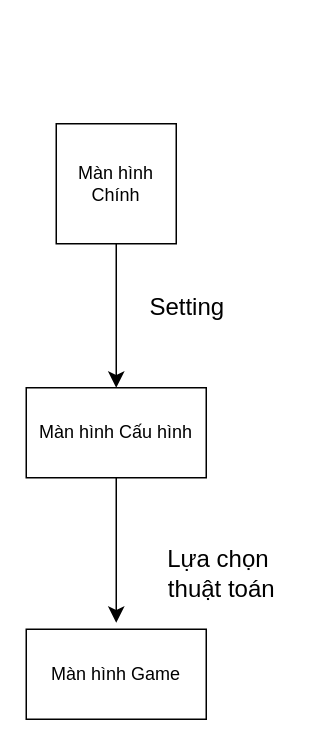
Above: AI_PyGame.drawio in reality8080/PyGame-Caro-Demo (draw.io), before the change. Source tidied: cells renumbered, new cells numbered last; positions are measured from the earlier drawing's top-left corner, leaving out a move shared by most shapes. Both pictures are drawn from the tidied source at 150%, with x=0, y=0 at pixel (26, 123).
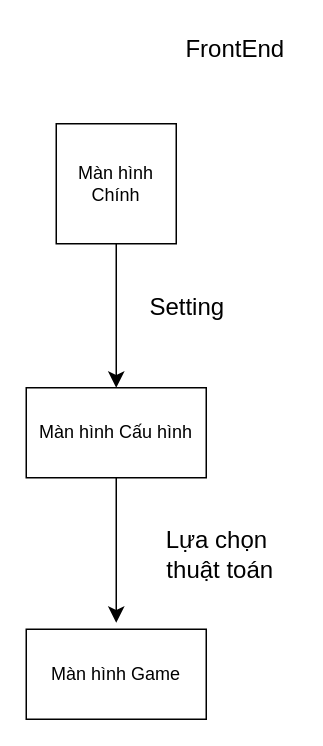
Above is the later version.

Diff of the diagram source:
```diff
@@
 <mxGraphModel>
   <root>
     <mxCell id="0" />
     <mxCell id="1" parent="0" />
     <mxCell id="2" value="Màn hình Chính" style="whiteSpace=wrap;html=1;" parent="1" vertex="1">
       <mxGeometry x="20" width="80" height="80" as="geometry" />
     </mxCell>
     <mxCell id="3" value="Màn hình Game" style="rounded=0;whiteSpace=wrap;html=1;" parent="1" vertex="1">
       <mxGeometry y="337" width="120" height="60" as="geometry" />
     </mxCell>
     <mxCell id="4" value="Màn hình Cấu hình" style="rounded=0;whiteSpace=wrap;html=1;" parent="1" vertex="1">
       <mxGeometry y="176" width="120" height="60" as="geometry" />
     </mxCell>
     <mxCell id="5" style="endArrow=classic;html=1;rounded=0;fontSize=12;startSize=8;endSize=8;curved=1;exitX=0.5;exitY=1;exitDx=0;exitDy=0;" parent="1" edge="1" source="2" target="4">
       <mxGeometry relative="1" as="geometry" />
     </mxCell>
     <mxCell id="6" value="Setting" style="text;html=1;align=center;verticalAlign=middle;strokeColor=none;fillColor=none;fontSize=16;" parent="1" vertex="1">
       <mxGeometry x="73" y="106" width="68" height="31" as="geometry" />
     </mxCell>
     <mxCell id="7" style="endArrow=classic;html=1;rounded=0;fontSize=12;startSize=8;endSize=8;curved=1;" parent="1" edge="1" source="4">
       <mxGeometry relative="1" as="geometry">
         <mxPoint x="60" y="332.7" as="targetPoint" />
       </mxGeometry>
     </mxCell>
     <mxCell id="8" value="Lựa chọn&amp;nbsp;&lt;div&gt;thuật toán&lt;/div&gt;" style="text;html=1;align=center;verticalAlign=middle;strokeColor=none;fillColor=none;fontSize=16;" parent="1" vertex="1">
-      <mxGeometry x="85" y="275" width="90" height="50" as="geometry" />
+      <mxGeometry x="84" y="262" width="90" height="50" as="geometry" />
     </mxCell>
+    <mxCell id="9" value="FrontEnd" style="text;html=1;align=center;verticalAlign=middle;strokeColor=none;fillColor=none;fontSize=16;" parent="1" vertex="1">
+      <mxGeometry x="96.5" y="-65.5" width="84" height="31" as="geometry" />
+    </mxCell>
   </root>
 </mxGraphModel>
```
